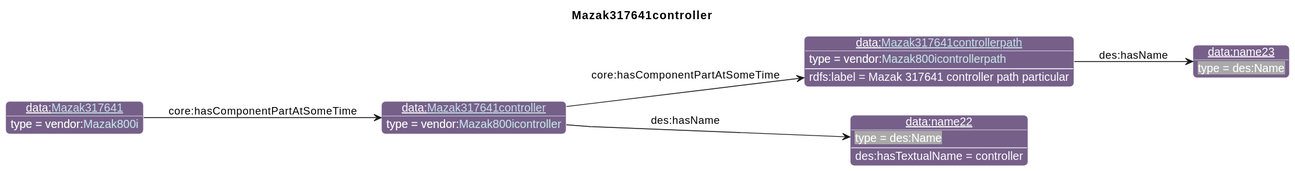
Earlier version of the PlantUML export diagrams/Mazak317641controller.svg (iofoundry/example-syseng-mtconnect).
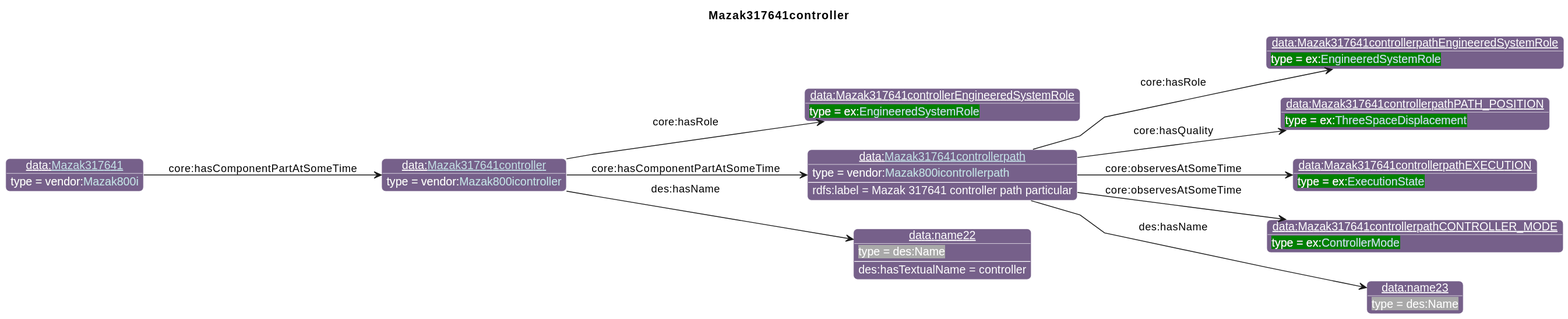
The same file after the commit.

The edit, as a diff of the source:
```diff
@@ -26,14 +26,24 @@
                       "qp":"641B2E"
       }
 individual(o0, data:[[./Mazak317641controller.html Mazak317641controller]], vendor:[[../Mazak.html#Mazak800icontroller Mazak800icontroller]])
-individual(o1, data:[[./Mazak317641controllerpath.html Mazak317641controllerpath]], vendor:[[../Mazak.html#Mazak800icontrollerpath Mazak800icontrollerpath]])
-individual(o2, data:name23, des:Name)
-individual(o3, data:name22, des:Name)
-individual(o4, data:[[./Mazak317641.html Mazak317641]], vendor:[[../Mazak.html#Mazak800i Mazak800i]])
-property(o0, "core:hasComponentPartAtSomeTime", o1)
-data(o1, "rdfs:label", "Mazak 317641 controller path particular")
-property(o1, "des:hasName", o2)
-property(o0, "des:hasName", o3)
-data(o3, "des:hasTextualName", "controller")
-property(o4, "core:hasComponentPartAtSomeTime", o0)
+individual(o1, data:Mazak317641controllerEngineeredSystemRole, ex:[[../Example.html#EngineeredSystemRole EngineeredSystemRole]])
+individual(o2, data:[[./Mazak317641controllerpath.html Mazak317641controllerpath]], vendor:[[../Mazak.html#Mazak800icontrollerpath Mazak800icontrollerpath]])
+individual(o3, data:Mazak317641controllerpathEngineeredSystemRole, ex:[[../Example.html#EngineeredSystemRole EngineeredSystemRole]])
+individual(o4, data:Mazak317641controllerpathPATH_POSITION, ex:[[../Example.html#ThreeSpaceDisplacement ThreeSpaceDisplacement]])
+individual(o5, data:Mazak317641controllerpathEXECUTION, ex:[[../Example.html#ExecutionState ExecutionState]])
+individual(o6, data:Mazak317641controllerpathCONTROLLER_MODE, ex:[[../Example.html#ControllerMode ControllerMode]])
+individual(o7, data:name23, des:Name)
+individual(o8, data:name22, des:Name)
+individual(o9, data:[[./Mazak317641.html Mazak317641]], vendor:[[../Mazak.html#Mazak800i Mazak800i]])
+property(o0, "core:hasRole", o1)
+property(o0, "core:hasComponentPartAtSomeTime", o2)
+data(o2, "rdfs:label", "Mazak 317641 controller path particular")
+property(o2, "core:hasRole", o3)
+property(o2, "core:hasQuality", o4)
+property(o2, "core:observesAtSomeTime", o5)
+property(o2, "core:observesAtSomeTime", o6)
+property(o2, "des:hasName", o7)
+property(o0, "des:hasName", o8)
+data(o8, "des:hasTextualName", "controller")
+property(o9, "core:hasComponentPartAtSomeTime", o0)
 @enduml
```
